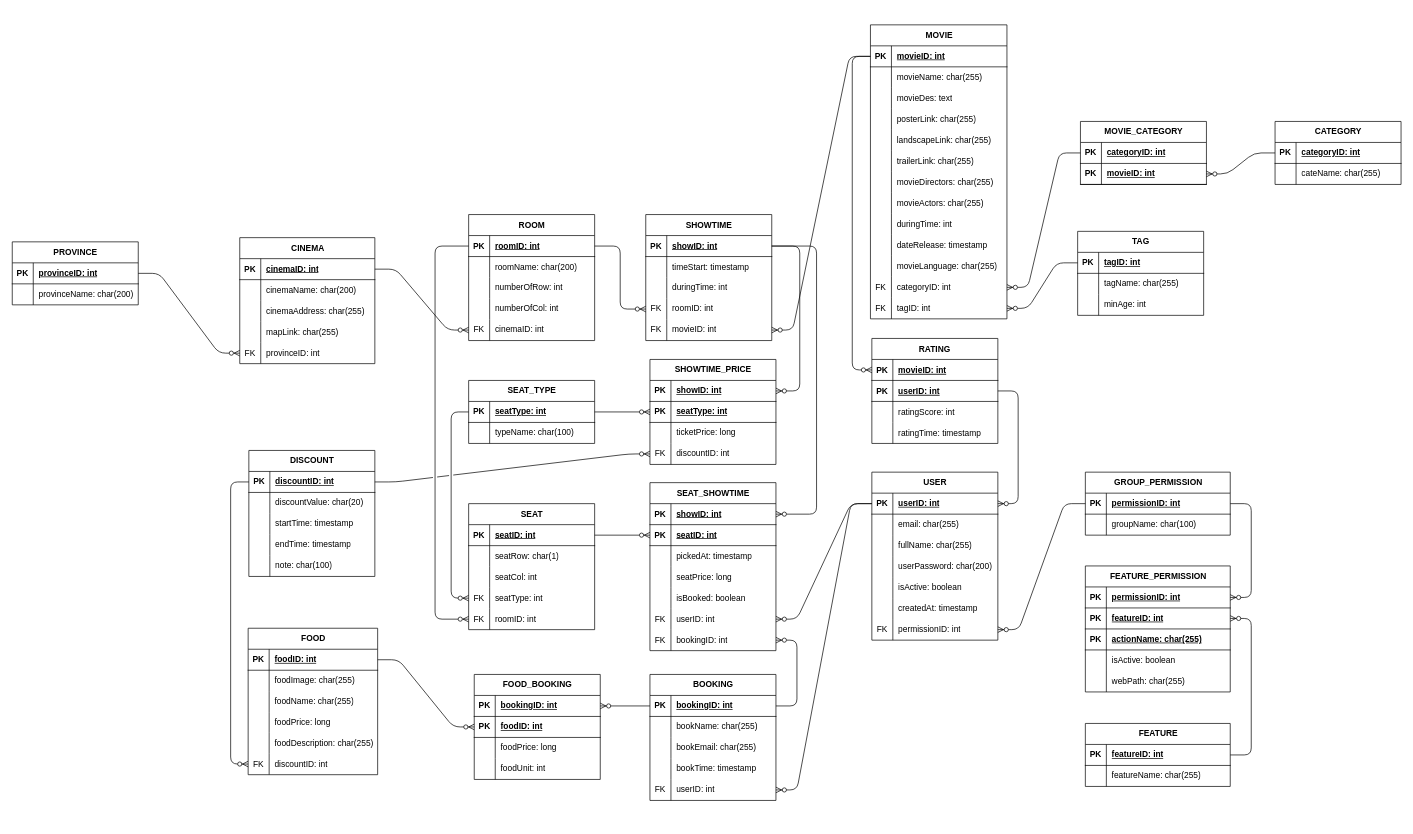
The draw.io diagram page "Official" (1 of 3) of movie_booking.drawio in teamdptl/WebsiteRapPhim, before the edit. Source tidied: cells renumbered, new cells numbered last; positions are measured from the earlier drawing's top-left corner, leaving out a move shared by most shapes. Both pictures are drawn from the tidied source at 70%, with x=0, y=0 at pixel (12, 24).
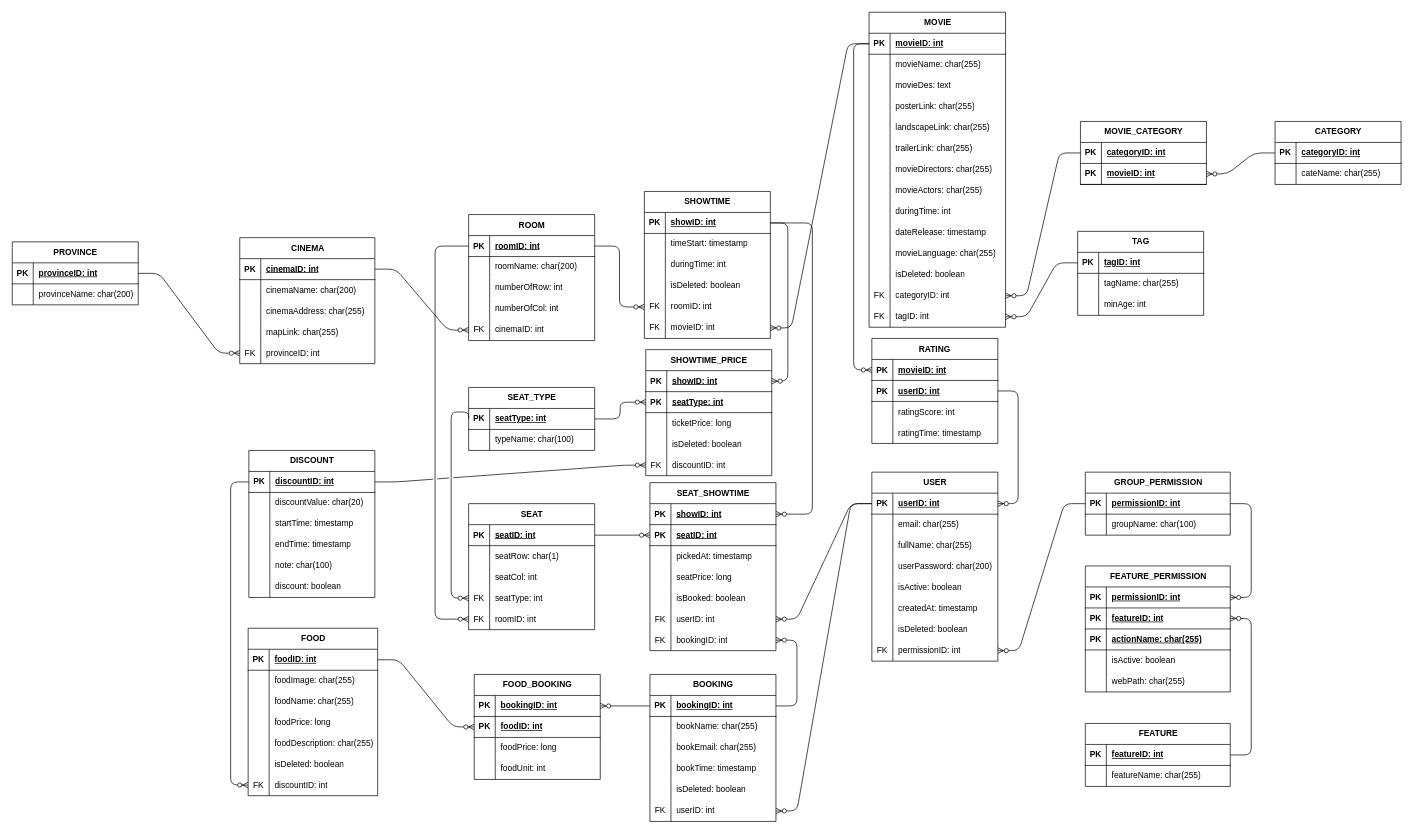
The same page after the edit.

The change refers to these unchanged cells:
```xml
<mxCell id="69" style="shape=tableRow;horizontal=0;startSize=0;swimlaneHead=0;swimlaneBody=0;fillColor=none;points=[[0,0.5],[1,0.5]];portConstraint=eastwest;top=0;left=0;right=0;bottom=1;" parent="68" vertex="1">
  <mxGeometry y="30" width="180" height="30" as="geometry" />
</mxCell>
<mxCell id="82" style="shape=tableRow;horizontal=0;startSize=0;swimlaneHead=0;swimlaneBody=0;fillColor=none;points=[[0,0.5],[1,0.5]];portConstraint=eastwest;top=0;left=0;right=0;bottom=1;" parent="81" vertex="1">
  <mxGeometry y="30" width="180" height="30" as="geometry" />
</mxCell>
<mxCell id="98" style="shape=tableRow;horizontal=0;startSize=0;swimlaneHead=0;swimlaneBody=0;fillColor=none;points=[[0,0.5],[1,0.5]];portConstraint=eastwest;top=0;left=0;right=0;bottom=1;" parent="97" vertex="1">
  <mxGeometry y="30" width="180" height="30" as="geometry" />
</mxCell>
<mxCell id="125" style="shape=tableRow;horizontal=0;startSize=0;swimlaneHead=0;swimlaneBody=0;fillColor=none;points=[[0,0.5],[1,0.5]];portConstraint=eastwest;top=0;left=0;right=0;bottom=1;" parent="124" vertex="1">
  <mxGeometry y="30" width="195" height="30" as="geometry" />
</mxCell>
<mxCell id="184" style="shape=tableRow;horizontal=0;startSize=0;swimlaneHead=0;swimlaneBody=0;fillColor=none;points=[[0,0.5],[1,0.5]];portConstraint=eastwest;top=0;left=0;right=0;bottom=1;" parent="183" vertex="1">
  <mxGeometry y="30" width="180" height="30" as="geometry" />
</mxCell>
<mxCell id="308" style="shape=tableRow;horizontal=0;startSize=0;swimlaneHead=0;swimlaneBody=0;fillColor=none;points=[[0,0.5],[1,0.5]];portConstraint=eastwest;top=0;left=0;right=0;bottom=1;" parent="307" vertex="1">
  <mxGeometry y="30" width="180" height="30" as="geometry" />
</mxCell>
```

Change to the diagram source:
```diff
@@
-<mxGraphModel>
+<mxGraphModel background="#ffffff">
@@
     <mxCell id="60" value="SEAT_TYPE" style="shape=table;startSize=30;childLayout=tableLayout;rowLines=0;fontStyle=1;align=center;html=1;" parent="1" vertex="1">
-      <mxGeometry x="652" y="508" width="180" height="90" as="geometry" />
+      <mxGeometry x="652" y="518" width="180" height="90" as="geometry" />
     </mxCell>
@@
     <mxCell id="68" value="SHOWTIME_PRICE" style="shape=table;startSize=30;childLayout=tableLayout;rowLines=0;fontStyle=1;align=center;html=1;" parent="1" vertex="1">
-      <mxGeometry x="911" y="478" width="180" height="150" as="geometry" />
+      <mxGeometry x="905" y="464" width="180" height="180" as="geometry" />
     </mxCell>
@@
+    <mxCell id="333" style="shape=tableRow;horizontal=0;startSize=0;swimlaneHead=0;swimlaneBody=0;fillColor=none;top=0;left=0;right=0;bottom=0;" parent="68" vertex="1">
+      <mxGeometry y="120" width="180" height="30" as="geometry" />
+    </mxCell>
+    <mxCell id="334" style="shape=partialRectangle;fillColor=none;top=0;left=0;bottom=0;right=0;overflow=hidden;whiteSpace=wrap;html=1;" parent="333" vertex="1">
+      <mxGeometry width="30" height="30" as="geometry" />
+    </mxCell>
+    <mxCell id="335" value="isDeleted: boolean" style="shape=partialRectangle;fillColor=none;top=0;left=0;bottom=0;right=0;align=left;spacingLeft=6;overflow=hidden;whiteSpace=wrap;html=1;" parent="333" vertex="1">
+      <mxGeometry x="30" width="150" height="30" as="geometry" />
+    </mxCell>
     <mxCell id="78" style="shape=tableRow;horizontal=0;startSize=0;swimlaneHead=0;swimlaneBody=0;fillColor=none;points=[[0,0.5],[1,0.5]];portConstraint=eastwest;top=0;left=0;right=0;bottom=0;" parent="68" vertex="1">
-      <mxGeometry y="120" width="180" height="30" as="geometry" />
+      <mxGeometry y="150" width="180" height="30" as="geometry" />
     </mxCell>
@@
     <mxCell id="81" value="SHOWTIME" style="shape=table;startSize=30;childLayout=tableLayout;rowLines=0;fontStyle=1;align=center;html=1;" parent="1" vertex="1">
-      <mxGeometry x="905" y="271" width="180" height="180" as="geometry" />
+      <mxGeometry x="903" y="238" width="180" height="210" as="geometry" />
     </mxCell>
@@
+    <mxCell id="336" style="shape=tableRow;horizontal=0;startSize=0;swimlaneHead=0;swimlaneBody=0;fillColor=none;top=0;left=0;right=0;bottom=0;" parent="81" vertex="1">
+      <mxGeometry y="120" width="180" height="30" as="geometry" />
+    </mxCell>
+    <mxCell id="337" style="shape=partialRectangle;fillColor=none;top=0;left=0;bottom=0;right=0;overflow=hidden;whiteSpace=wrap;html=1;" parent="336" vertex="1">
+      <mxGeometry width="30" height="30" as="geometry" />
+    </mxCell>
+    <mxCell id="338" value="isDeleted: boolean" style="shape=partialRectangle;fillColor=none;top=0;left=0;bottom=0;right=0;align=left;spacingLeft=6;overflow=hidden;whiteSpace=wrap;html=1;" parent="336" vertex="1">
+      <mxGeometry x="30" width="150" height="30" as="geometry" />
+    </mxCell>
     <mxCell id="91" style="shape=tableRow;horizontal=0;startSize=0;swimlaneHead=0;swimlaneBody=0;fillColor=none;points=[[0,0.5],[1,0.5]];portConstraint=eastwest;top=0;left=0;right=0;bottom=0;" parent="81" vertex="1">
-      <mxGeometry y="120" width="180" height="30" as="geometry" />
+      <mxGeometry y="150" width="180" height="30" as="geometry" />
     </mxCell>
@@
     <mxCell id="94" style="shape=tableRow;horizontal=0;startSize=0;swimlaneHead=0;swimlaneBody=0;fillColor=none;points=[[0,0.5],[1,0.5]];portConstraint=eastwest;top=0;left=0;right=0;bottom=0;" parent="81" vertex="1">
-      <mxGeometry y="150" width="180" height="30" as="geometry" />
+      <mxGeometry y="180" width="180" height="30" as="geometry" />
     </mxCell>
@@
     <mxCell id="119" style="edgeStyle=orthogonalEdgeStyle;fontSize=12;html=1;endArrow=ERzeroToMany;endFill=1;exitX=1;exitY=0.5;exitDx=0;exitDy=0;entryX=1;entryY=0.5;entryDx=0;entryDy=0;jumpStyle=gap;" parent="1" edge="1" source="82" target="69">
       <mxGeometry relative="1" as="geometry">
         <Array as="points">
-          <mxPoint x="1125" y="316" />
-          <mxPoint x="1125" y="523" />
+          <mxPoint x="1108" y="283" />
+          <mxPoint x="1108" y="509" />
         </Array>
       </mxGeometry>
     </mxCell>
@@
     <mxCell id="121" style="edgeStyle=orthogonalEdgeStyle;fontSize=12;html=1;endArrow=ERzeroToMany;endFill=1;exitX=1;exitY=0.5;exitDx=0;exitDy=0;entryX=1;entryY=0.5;entryDx=0;entryDy=0;" parent="1" edge="1" source="82" target="98">
       <mxGeometry relative="1" as="geometry">
         <Array as="points">
-          <mxPoint x="1149" y="316" />
-          <mxPoint x="1149" y="699" />
+          <mxPoint x="1143" y="283" />
+          <mxPoint x="1143" y="699" />
         </Array>
       </mxGeometry>
     </mxCell>
@@
     <mxCell id="124" value="MOVIE" style="shape=table;startSize=30;childLayout=tableLayout;rowLines=0;fontStyle=1;align=center;html=1;" parent="1" vertex="1">
-      <mxGeometry x="1226" width="195" height="420" as="geometry" />
+      <mxGeometry x="1224" y="-18" width="195" height="450" as="geometry" />
     </mxCell>
@@
+    <mxCell id="339" style="shape=tableRow;horizontal=0;startSize=0;swimlaneHead=0;swimlaneBody=0;fillColor=none;top=0;left=0;right=0;bottom=0;" parent="124" vertex="1">
+      <mxGeometry y="360" width="195" height="30" as="geometry" />
+    </mxCell>
+    <mxCell id="340" style="shape=partialRectangle;fillColor=none;top=0;left=0;bottom=0;right=0;overflow=hidden;whiteSpace=wrap;html=1;" parent="339" vertex="1">
+      <mxGeometry width="30" height="30" as="geometry" />
+    </mxCell>
+    <mxCell id="341" value="isDeleted: boolean" style="shape=partialRectangle;fillColor=none;top=0;left=0;bottom=0;right=0;align=left;spacingLeft=6;overflow=hidden;whiteSpace=wrap;html=1;" parent="339" vertex="1">
+      <mxGeometry x="30" width="165" height="30" as="geometry" />
+    </mxCell>
     <mxCell id="158" style="shape=tableRow;horizontal=0;startSize=0;swimlaneHead=0;swimlaneBody=0;fillColor=none;points=[[0,0.5],[1,0.5]];portConstraint=eastwest;top=0;left=0;right=0;bottom=0;" parent="124" vertex="1">
-      <mxGeometry y="360" width="195" height="30" as="geometry" />
+      <mxGeometry y="390" width="195" height="30" as="geometry" />
     </mxCell>
@@
     <mxCell id="161" style="shape=tableRow;horizontal=0;startSize=0;swimlaneHead=0;swimlaneBody=0;fillColor=none;points=[[0,0.5],[1,0.5]];portConstraint=eastwest;top=0;left=0;right=0;bottom=0;" parent="124" vertex="1">
-      <mxGeometry y="390" width="195" height="30" as="geometry" />
+      <mxGeometry y="420" width="195" height="30" as="geometry" />
     </mxCell>
@@
     <mxCell id="196" style="edgeStyle=orthogonalEdgeStyle;fontSize=12;html=1;endArrow=ERzeroToMany;endFill=1;exitX=0;exitY=0.5;exitDx=0;exitDy=0;entryX=0;entryY=0.5;entryDx=0;entryDy=0;" parent="1" edge="1" source="125" target="184">
       <mxGeometry relative="1" as="geometry">
         <Array as="points">
-          <mxPoint x="1200" y="45" />
-          <mxPoint x="1200" y="493" />
+          <mxPoint x="1202" y="27" />
+          <mxPoint x="1202" y="493" />
         </Array>
       </mxGeometry>
     </mxCell>
     <mxCell id="197" value="USER" style="shape=table;startSize=30;childLayout=tableLayout;rowLines=0;fontStyle=1;align=center;html=1;" parent="1" vertex="1">
-      <mxGeometry x="1228" y="639" width="180" height="240" as="geometry" />
+      <mxGeometry x="1228" y="639" width="180" height="270" as="geometry" />
     </mxCell>
@@
+    <mxCell id="342" style="shape=tableRow;horizontal=0;startSize=0;swimlaneHead=0;swimlaneBody=0;fillColor=none;top=0;left=0;right=0;bottom=0;" parent="197" vertex="1">
+      <mxGeometry y="210" width="180" height="30" as="geometry" />
+    </mxCell>
+    <mxCell id="343" style="shape=partialRectangle;fillColor=none;top=0;left=0;bottom=0;right=0;overflow=hidden;whiteSpace=wrap;html=1;" parent="342" vertex="1">
+      <mxGeometry width="30" height="30" as="geometry" />
+    </mxCell>
+    <mxCell id="344" value="isDeleted: boolean" style="shape=partialRectangle;fillColor=none;top=0;left=0;bottom=0;right=0;align=left;spacingLeft=6;overflow=hidden;whiteSpace=wrap;html=1;" parent="342" vertex="1">
+      <mxGeometry x="30" width="150" height="30" as="geometry" />
+    </mxCell>
     <mxCell id="216" style="shape=tableRow;horizontal=0;startSize=0;swimlaneHead=0;swimlaneBody=0;fillColor=none;points=[[0,0.5],[1,0.5]];portConstraint=eastwest;top=0;left=0;right=0;bottom=0;" parent="197" vertex="1">
-      <mxGeometry y="210" width="180" height="30" as="geometry" />
+      <mxGeometry y="240" width="180" height="30" as="geometry" />
     </mxCell>
@@
     <mxCell id="221" value="BOOKING" style="shape=table;startSize=30;childLayout=tableLayout;rowLines=0;fontStyle=1;align=center;html=1;" parent="1" vertex="1">
-      <mxGeometry x="911" y="928" width="180" height="180" as="geometry" />
+      <mxGeometry x="911" y="928" width="180" height="210" as="geometry" />
     </mxCell>
@@
+    <mxCell id="345" style="shape=tableRow;horizontal=0;startSize=0;swimlaneHead=0;swimlaneBody=0;fillColor=none;top=0;left=0;right=0;bottom=0;" parent="221" vertex="1">
+      <mxGeometry y="150" width="180" height="30" as="geometry" />
+    </mxCell>
+    <mxCell id="346" style="shape=partialRectangle;fillColor=none;top=0;left=0;bottom=0;right=0;overflow=hidden;whiteSpace=wrap;html=1;" parent="345" vertex="1">
+      <mxGeometry width="30" height="30" as="geometry" />
+    </mxCell>
+    <mxCell id="347" value="isDeleted: boolean" style="shape=partialRectangle;fillColor=none;top=0;left=0;bottom=0;right=0;align=left;spacingLeft=6;overflow=hidden;whiteSpace=wrap;html=1;" parent="345" vertex="1">
+      <mxGeometry x="30" width="150" height="30" as="geometry" />
+    </mxCell>
     <mxCell id="234" style="shape=tableRow;horizontal=0;startSize=0;swimlaneHead=0;swimlaneBody=0;fillColor=none;points=[[0,0.5],[1,0.5]];portConstraint=eastwest;top=0;left=0;right=0;bottom=0;" parent="221" vertex="1">
-      <mxGeometry y="150" width="180" height="30" as="geometry" />
+      <mxGeometry y="180" width="180" height="30" as="geometry" />
     </mxCell>
@@
     <mxCell id="273" value="FOOD" style="shape=table;startSize=30;childLayout=tableLayout;rowLines=0;fontStyle=1;align=center;html=1;" parent="1" vertex="1">
-      <mxGeometry x="337" y="862" width="185" height="209.2" as="geometry" />
+      <mxGeometry x="337" y="862" width="185" height="239.2" as="geometry" />
     </mxCell>
@@
+    <mxCell id="348" style="shape=tableRow;horizontal=0;startSize=0;swimlaneHead=0;swimlaneBody=0;fillColor=none;top=0;left=0;right=0;bottom=0;" parent="273" vertex="1">
+      <mxGeometry y="179" width="185" height="30" as="geometry" />
+    </mxCell>
+    <mxCell id="349" style="shape=partialRectangle;fillColor=none;top=0;left=0;bottom=0;right=0;overflow=hidden;whiteSpace=wrap;html=1;" parent="348" vertex="1">
+      <mxGeometry width="30" height="30" as="geometry" />
+    </mxCell>
+    <mxCell id="350" value="isDeleted: boolean" style="shape=partialRectangle;fillColor=none;top=0;left=0;bottom=0;right=0;align=left;spacingLeft=6;overflow=hidden;whiteSpace=wrap;html=1;" parent="348" vertex="1">
+      <mxGeometry x="30" width="155" height="30" as="geometry" />
+    </mxCell>
     <mxCell id="289" style="shape=tableRow;horizontal=0;startSize=0;swimlaneHead=0;swimlaneBody=0;fillColor=none;points=[[0,0.5],[1,0.5]];portConstraint=eastwest;top=0;left=0;right=0;bottom=0;" parent="273" vertex="1">
-      <mxGeometry y="179" width="185" height="30" as="geometry" />
+      <mxGeometry y="209" width="185" height="30" as="geometry" />
     </mxCell>
@@
     <mxCell id="307" value="DISCOUNT" style="shape=table;startSize=30;childLayout=tableLayout;rowLines=0;fontStyle=1;align=center;html=1;" parent="1" vertex="1">
-      <mxGeometry x="338" y="608" width="180" height="180" as="geometry" />
+      <mxGeometry x="338" y="608" width="180" height="210" as="geometry" />
     </mxCell>
@@
+    <mxCell id="351" style="shape=tableRow;horizontal=0;startSize=0;swimlaneHead=0;swimlaneBody=0;fillColor=none;top=0;left=0;right=0;bottom=0;" parent="307" vertex="1">
+      <mxGeometry y="180" width="180" height="30" as="geometry" />
+    </mxCell>
+    <mxCell id="352" style="shape=partialRectangle;fillColor=none;top=0;left=0;bottom=0;right=0;overflow=hidden;whiteSpace=wrap;html=1;" parent="351" vertex="1">
+      <mxGeometry width="30" height="30" as="geometry" />
+    </mxCell>
+    <mxCell id="353" value="discount: boolean" style="shape=partialRectangle;fillColor=none;top=0;left=0;bottom=0;right=0;align=left;spacingLeft=6;overflow=hidden;whiteSpace=wrap;html=1;" parent="351" vertex="1">
+      <mxGeometry x="30" width="150" height="30" as="geometry" />
+    </mxCell>
@@
     <mxCell id="324" style="edgeStyle=orthogonalEdgeStyle;fontSize=12;html=1;endArrow=ERzeroToMany;endFill=1;jumpStyle=gap;exitX=0;exitY=0.5;exitDx=0;exitDy=0;entryX=0;entryY=0.5;entryDx=0;entryDy=0;" parent="1" edge="1" source="308" target="289">
       <mxGeometry relative="1" as="geometry">
         <Array as="points">
           <mxPoint x="312" y="653" />
-          <mxPoint x="312" y="1056" />
+          <mxPoint x="312" y="1086" />
         </Array>
       </mxGeometry>
     </mxCell>
```
